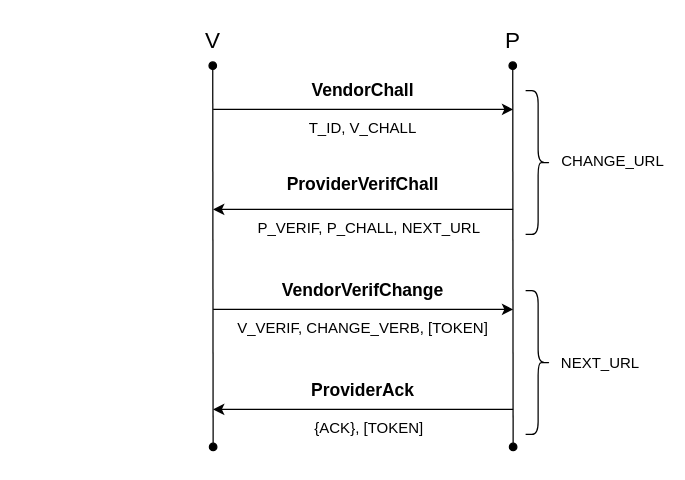
Earlier version of the draw.io diagram page "vendor-revision" (2 of 3) of protocol/protocol.drawio (dubniczky/Cardless-Transaction-Protocol). Source tidied: cells renumbered, new cells numbered last; positions are measured from the earlier drawing's top-left corner, leaving out a move shared by most shapes. Both pictures are drawn from the tidied source at 125%, with x=0, y=0 at pixel (175, 21).
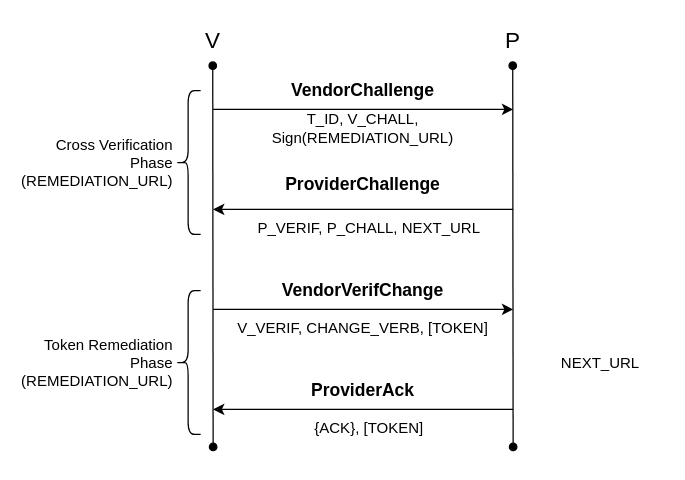
The same page after the edit.

Commit message:
Updated remediation graph

The edit, as a diff of the source:
```diff
@@
-    <mxCell id="7" value="&lt;b&gt;&lt;font style=&quot;font-size: 14px;&quot;&gt;VendorChall&lt;br&gt;&lt;/font&gt;&lt;/b&gt;" style="text;html=1;strokeColor=none;fillColor=none;align=center;verticalAlign=middle;whiteSpace=wrap;rounded=0;fontSize=12;" parent="1" vertex="1">
+    <mxCell id="7" value="&lt;b&gt;&lt;font style=&quot;font-size: 14px;&quot;&gt;VendorChallenge&lt;br&gt;&lt;/font&gt;&lt;/b&gt;" style="text;html=1;strokeColor=none;fillColor=none;align=center;verticalAlign=middle;whiteSpace=wrap;rounded=0;fontSize=12;" parent="1" vertex="1">
       <mxGeometry x="120" y="40" width="60" height="30" as="geometry" />
     </mxCell>
-    <mxCell id="8" value="T_ID, V_CHALL" style="text;html=1;strokeColor=none;fillColor=none;align=center;verticalAlign=middle;whiteSpace=wrap;rounded=0;fontSize=12;" parent="1" vertex="1">
+    <mxCell id="8" value="T_ID, V_CHALL, Sign(REMEDIATION_URL)" style="text;html=1;strokeColor=none;fillColor=none;align=center;verticalAlign=middle;whiteSpace=wrap;rounded=0;fontSize=12;" parent="1" vertex="1">
       <mxGeometry x="65" y="70" width="170" height="30" as="geometry" />
     </mxCell>
@@
-    <mxCell id="10" value="&lt;b&gt;&lt;font style=&quot;font-size: 14px;&quot;&gt;ProviderVerifChall&lt;br&gt;&lt;/font&gt;&lt;/b&gt;" style="text;html=1;strokeColor=none;fillColor=none;align=center;verticalAlign=middle;whiteSpace=wrap;rounded=0;fontSize=12;" parent="1" vertex="1">
+    <mxCell id="10" value="&lt;b&gt;&lt;font style=&quot;font-size: 14px;&quot;&gt;ProviderChallenge&lt;br&gt;&lt;/font&gt;&lt;/b&gt;" style="text;html=1;strokeColor=none;fillColor=none;align=center;verticalAlign=middle;whiteSpace=wrap;rounded=0;fontSize=12;" parent="1" vertex="1">
       <mxGeometry x="120" y="115" width="60" height="30" as="geometry" />
     </mxCell>
@@
-    <mxCell id="18" style="shape=curlyBracket;whiteSpace=wrap;html=1;rounded=1;flipH=1;fontSize=12;" parent="1" vertex="1">
-      <mxGeometry x="280" y="55" width="20" height="115" as="geometry" />
+    <mxCell id="18" style="shape=curlyBracket;whiteSpace=wrap;html=1;rounded=1;flipH=0;fontSize=12;" parent="1" vertex="1">
+      <mxGeometry y="55" width="20" height="115" as="geometry" />
     </mxCell>
-    <mxCell id="19" value="CHANGE_URL" style="text;html=1;strokeColor=none;fillColor=none;align=center;verticalAlign=middle;whiteSpace=wrap;rounded=0;fontSize=12;" parent="1" vertex="1">
-      <mxGeometry x="320" y="97" width="60" height="30" as="geometry" />
+    <mxCell id="19" value="Cross Verification Phase&lt;br&gt;(REMEDIATION_URL)" style="text;html=1;strokeColor=none;fillColor=none;align=right;verticalAlign=middle;whiteSpace=wrap;rounded=0;fontSize=12;" parent="1" vertex="1">
+      <mxGeometry x="-60" y="97.5" width="60" height="30" as="geometry" />
     </mxCell>
-    <mxCell id="20" style="shape=curlyBracket;whiteSpace=wrap;html=1;rounded=1;flipH=1;fontSize=12;" parent="1" vertex="1">
-      <mxGeometry x="280" y="215" width="20" height="115" as="geometry" />
+    <mxCell id="20" style="shape=curlyBracket;whiteSpace=wrap;html=1;rounded=1;flipH=0;fontSize=12;" parent="1" vertex="1">
+      <mxGeometry y="215" width="20" height="115" as="geometry" />
     </mxCell>
@@
+    <mxCell id="22" value="Token Remediation Phase&lt;br&gt;(REMEDIATION_URL)" style="text;html=1;strokeColor=none;fillColor=none;align=right;verticalAlign=middle;whiteSpace=wrap;rounded=0;fontSize=12;" parent="1" vertex="1">
+      <mxGeometry x="-60" y="257.5" width="60" height="30" as="geometry" />
+    </mxCell>
```
